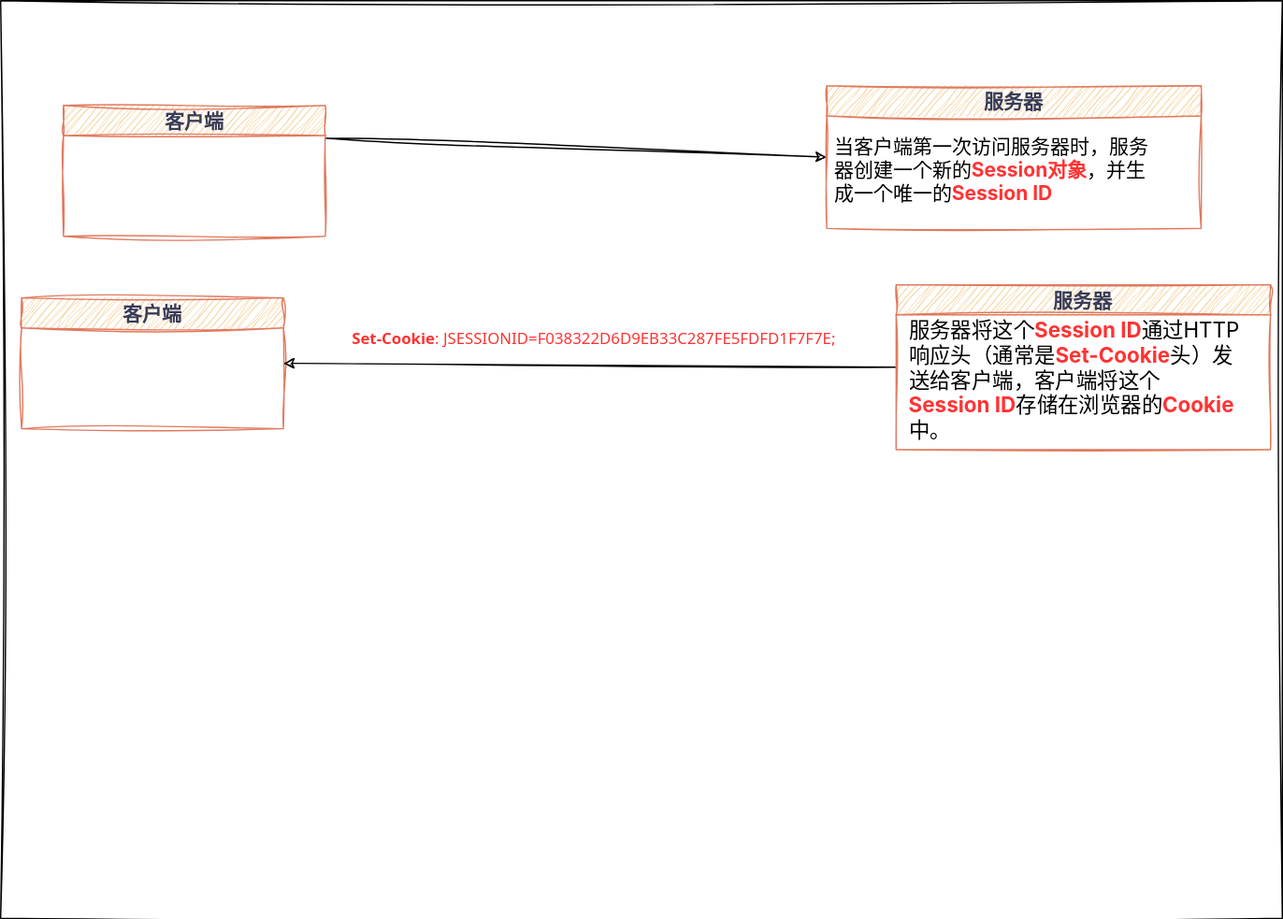
Before: diagrams/java_serve/web_application/session_cookie/session原理图解.svg, a diagram exported from draw.io (luguosong/images). Source tidied: cells renumbered, new cells last; positions are measured from the earlier drawing's top-left corner, leaving out a move shared by most shapes. Source of this version:
```xml
<mxGraphModel>
  <root>
    <mxCell id="0" />
    <mxCell id="1" parent="0" />
    <mxCell id="2" style="rounded=0;whiteSpace=wrap;html=1;sketch=1;hachureGap=4;jiggle=2;curveFitting=1;fontFamily=LXGW WenKai;labelBackgroundColor=default;fontColor=#000000;" parent="1" vertex="1">
      <mxGeometry width="979" height="701" as="geometry" />
    </mxCell>
    <mxCell id="3" style="edgeStyle=none;rounded=0;sketch=1;hachureGap=4;jiggle=2;curveFitting=1;jettySize=auto;html=1;exitX=1;exitY=0.25;exitDx=0;exitDy=0;entryX=0;entryY=0.5;entryDx=0;entryDy=0;fontFamily=LXGW WenKai;fontSource=https%3A%2F%2Ffonts.googleapis.com%2Fcss%3Ffamily%3DArchitects%2BDaughter;fontSize=12;fontColor=default;fontStyle=1;" parent="1" edge="1" source="4" target="5">
      <mxGeometry relative="1" as="geometry" />
    </mxCell>
    <mxCell id="4" value="客户端" style="swimlane;whiteSpace=wrap;html=1;sketch=1;hachureGap=4;jiggle=2;curveFitting=1;fontFamily=LXGW WenKai;fontSize=15;strokeColor=#E07A5F;align=center;verticalAlign=middle;fontColor=#393C56;fontStyle=1;fillColor=#F2CC8F;fontSource=https%3A%2F%2Ffonts.googleapis.com%2Fcss%3Ffamily%3DArchitects%2BDaughter;labelBackgroundColor=none;" parent="1" vertex="1">
      <mxGeometry x="48" y="80" width="200" height="100" as="geometry" />
    </mxCell>
    <mxCell id="5" value="服务器" style="swimlane;whiteSpace=wrap;html=1;sketch=1;hachureGap=4;jiggle=2;curveFitting=1;fontFamily=LXGW WenKai;fontSize=15;strokeColor=#E07A5F;align=center;verticalAlign=middle;fontColor=#393C56;fontStyle=1;fillColor=#F2CC8F;fontSource=https%3A%2F%2Ffonts.googleapis.com%2Fcss%3Ffamily%3DArchitects%2BDaughter;labelBackgroundColor=none;startSize=23;" parent="1" vertex="1">
      <mxGeometry x="631" y="65" width="286" height="109" as="geometry" />
    </mxCell>
    <mxCell id="6" value="&lt;span style=&quot;font-family: ui-sans-serif, -apple-system, system-ui, &amp;quot;Segoe UI&amp;quot;, Roboto, Ubuntu, Cantarell, &amp;quot;Noto Sans&amp;quot;, sans-serif, Helvetica, &amp;quot;Apple Color Emoji&amp;quot;, Arial, &amp;quot;Segoe UI Emoji&amp;quot;, &amp;quot;Segoe UI Symbol&amp;quot;; font-size: 15px; white-space-collapse: preserve;&quot;&gt;&lt;span style=&quot;font-weight: 400;&quot;&gt;当客户端第一次访问服务器时，服务器创建一个新的&lt;/span&gt;&lt;font style=&quot;&quot; color=&quot;#ff3333&quot;&gt;Session对象&lt;/font&gt;&lt;span style=&quot;font-weight: 400;&quot;&gt;，并生成一个唯一的&lt;/span&gt;&lt;font style=&quot;&quot; color=&quot;#ff3333&quot;&gt;Session ID&lt;/font&gt;&lt;/span&gt;" style="text;html=1;align=left;verticalAlign=middle;whiteSpace=wrap;rounded=0;fontFamily=LXGW WenKai;fontSize=15;fontColor=#000000;fontStyle=1;labelBackgroundColor=default;" parent="5" vertex="1">
      <mxGeometry x="4" y="37" width="255" height="54" as="geometry" />
    </mxCell>
    <mxCell id="7" value="客户端" style="swimlane;whiteSpace=wrap;html=1;sketch=1;hachureGap=4;jiggle=2;curveFitting=1;fontFamily=LXGW WenKai;fontSize=15;strokeColor=#E07A5F;align=center;verticalAlign=middle;fontColor=#393C56;fontStyle=1;fillColor=#F2CC8F;fontSource=https%3A%2F%2Ffonts.googleapis.com%2Fcss%3Ffamily%3DArchitects%2BDaughter;labelBackgroundColor=none;" parent="1" vertex="1">
      <mxGeometry x="16" y="227" width="200" height="100" as="geometry" />
    </mxCell>
    <mxCell id="8" style="edgeStyle=none;rounded=0;sketch=1;hachureGap=4;jiggle=2;curveFitting=1;jettySize=auto;html=1;exitX=0;exitY=0.5;exitDx=0;exitDy=0;entryX=1;entryY=0.5;entryDx=0;entryDy=0;fontFamily=LXGW WenKai;fontSource=https%3A%2F%2Ffonts.googleapis.com%2Fcss%3Ffamily%3DArchitects%2BDaughter;fontSize=12;fontColor=default;fontStyle=1;" parent="1" edge="1" source="10" target="7">
      <mxGeometry relative="1" as="geometry" />
    </mxCell>
    <mxCell id="9" style="edgeLabel;html=1;align=center;verticalAlign=middle;sketch=1;hachureGap=4;jiggle=2;curveFitting=1;strokeColor=default;fontFamily=LXGW WenKai;fontSize=12;fontColor=#FF3333;fontStyle=1;fillColor=default;labelBackgroundColor=#FFFFFF;" parent="8" vertex="1">
      <mxGeometry x="0.35" relative="1" as="geometry">
        <mxPoint x="76" y="-28" as="offset" />
      </mxGeometry>
    </mxCell>
    <mxCell id="10" value="服务器" style="swimlane;whiteSpace=wrap;html=1;sketch=1;hachureGap=4;jiggle=2;curveFitting=1;fontFamily=LXGW WenKai;fontSize=15;strokeColor=#E07A5F;align=center;verticalAlign=middle;fontColor=#393C56;fontStyle=1;fillColor=#F2CC8F;fontSource=https%3A%2F%2Ffonts.googleapis.com%2Fcss%3Ffamily%3DArchitects%2BDaughter;labelBackgroundColor=none;startSize=23;" parent="1" vertex="1">
      <mxGeometry x="684" y="217" width="286" height="126" as="geometry" />
    </mxCell>
    <mxCell id="11" value="&lt;span style=&quot;font-family: ui-sans-serif, -apple-system, system-ui, &amp;quot;Segoe UI&amp;quot;, Roboto, Ubuntu, Cantarell, &amp;quot;Noto Sans&amp;quot;, sans-serif, Helvetica, &amp;quot;Apple Color Emoji&amp;quot;, Arial, &amp;quot;Segoe UI Emoji&amp;quot;, &amp;quot;Segoe UI Symbol&amp;quot;; font-size: 16px; white-space-collapse: preserve;&quot;&gt;&lt;span style=&quot;font-weight: 400;&quot;&gt;服务器将这个&lt;/span&gt;&lt;font style=&quot;&quot; color=&quot;#ff3333&quot;&gt;Session ID&lt;/font&gt;&lt;span style=&quot;font-weight: 400;&quot;&gt;通过HTTP响应头（通常是&lt;/span&gt;&lt;font color=&quot;#ff3333&quot;&gt;Set-Cookie&lt;/font&gt;&lt;span style=&quot;font-weight: 400;&quot;&gt;头）发送给客户端，客户端将这个&lt;/span&gt;&lt;font color=&quot;#ff3333&quot;&gt;Session ID&lt;/font&gt;&lt;span style=&quot;font-weight: 400;&quot;&gt;存储在浏览器的&lt;/span&gt;&lt;font color=&quot;#ff3333&quot;&gt;Cookie&lt;/font&gt;&lt;span style=&quot;font-weight: 400;&quot;&gt;中。&lt;/span&gt;&lt;/span&gt;" style="text;html=1;align=left;verticalAlign=middle;whiteSpace=wrap;rounded=0;fontFamily=LXGW WenKai;fontSize=12;fontColor=default;fontStyle=1;labelBackgroundColor=default;" parent="10" vertex="1">
      <mxGeometry x="8" y="45" width="256" height="55" as="geometry" />
    </mxCell>
    <mxCell id="12" value="&lt;span style=&quot;color: rgb(255, 51, 51); font-family: system-ui, sans-serif; text-align: start; text-transform: capitalize;&quot;&gt;Set-Cookie&lt;/span&gt;&lt;span style=&quot;color: rgb(255, 51, 51); font-family: system-ui, sans-serif; font-weight: 400; text-align: start; text-transform: capitalize;&quot;&gt;:&amp;nbsp;&lt;/span&gt;&lt;span style=&quot;color: rgb(255, 51, 51); font-family: system-ui, sans-serif; font-weight: 400; text-align: start;&quot;&gt;JSESSIONID=F038322D6D9EB33C287FE5FDFD1F7F7E;&amp;nbsp;&lt;/span&gt;" style="text;html=1;align=center;verticalAlign=middle;whiteSpace=wrap;rounded=0;fontFamily=LXGW WenKai;fontSize=12;fontColor=default;fontStyle=1;" parent="1" vertex="1">
      <mxGeometry x="253" y="244" width="404" height="30" as="geometry" />
    </mxCell>
  </root>
</mxGraphModel>
```
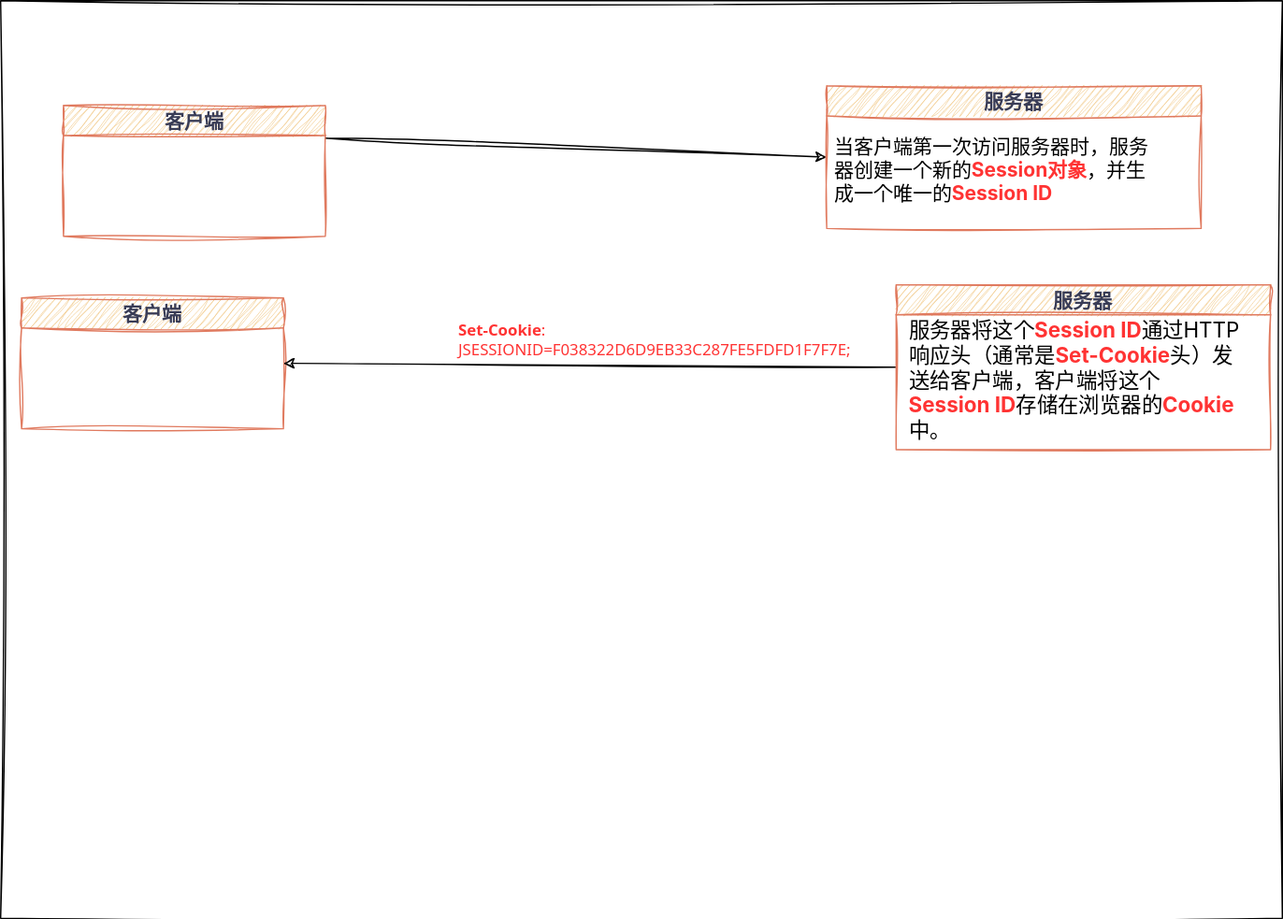
The same diagram one commit later.

Commit message:
更新session原理图解.svg

Diff of the diagram source:
```diff
@@ -34,8 +34,8 @@
     <mxCell id="11" value="&lt;span style=&quot;font-family: ui-sans-serif, -apple-system, system-ui, &amp;quot;Segoe UI&amp;quot;, Roboto, Ubuntu, Cantarell, &amp;quot;Noto Sans&amp;quot;, sans-serif, Helvetica, &amp;quot;Apple Color Emoji&amp;quot;, Arial, &amp;quot;Segoe UI Emoji&amp;quot;, &amp;quot;Segoe UI Symbol&amp;quot;; font-size: 16px; white-space-collapse: preserve;&quot;&gt;&lt;span style=&quot;font-weight: 400;&quot;&gt;服务器将这个&lt;/span&gt;&lt;font style=&quot;&quot; color=&quot;#ff3333&quot;&gt;Session ID&lt;/font&gt;&lt;span style=&quot;font-weight: 400;&quot;&gt;通过HTTP响应头（通常是&lt;/span&gt;&lt;font color=&quot;#ff3333&quot;&gt;Set-Cookie&lt;/font&gt;&lt;span style=&quot;font-weight: 400;&quot;&gt;头）发送给客户端，客户端将这个&lt;/span&gt;&lt;font color=&quot;#ff3333&quot;&gt;Session ID&lt;/font&gt;&lt;span style=&quot;font-weight: 400;&quot;&gt;存储在浏览器的&lt;/span&gt;&lt;font color=&quot;#ff3333&quot;&gt;Cookie&lt;/font&gt;&lt;span style=&quot;font-weight: 400;&quot;&gt;中。&lt;/span&gt;&lt;/span&gt;" style="text;html=1;align=left;verticalAlign=middle;whiteSpace=wrap;rounded=0;fontFamily=LXGW WenKai;fontSize=12;fontColor=default;fontStyle=1;labelBackgroundColor=default;" parent="10" vertex="1">
       <mxGeometry x="8" y="45" width="256" height="55" as="geometry" />
     </mxCell>
-    <mxCell id="12" value="&lt;span style=&quot;color: rgb(255, 51, 51); font-family: system-ui, sans-serif; text-align: start; text-transform: capitalize;&quot;&gt;Set-Cookie&lt;/span&gt;&lt;span style=&quot;color: rgb(255, 51, 51); font-family: system-ui, sans-serif; font-weight: 400; text-align: start; text-transform: capitalize;&quot;&gt;:&amp;nbsp;&lt;/span&gt;&lt;span style=&quot;color: rgb(255, 51, 51); font-family: system-ui, sans-serif; font-weight: 400; text-align: start;&quot;&gt;JSESSIONID=F038322D6D9EB33C287FE5FDFD1F7F7E;&amp;nbsp;&lt;/span&gt;" style="text;html=1;align=center;verticalAlign=middle;whiteSpace=wrap;rounded=0;fontFamily=LXGW WenKai;fontSize=12;fontColor=default;fontStyle=1;" parent="1" vertex="1">
-      <mxGeometry x="253" y="244" width="404" height="30" as="geometry" />
+    <mxCell id="12" value="&lt;span style=&quot;color: rgb(255, 51, 51); font-family: system-ui, sans-serif; text-transform: capitalize;&quot;&gt;Set-Cookie&lt;/span&gt;&lt;span style=&quot;color: rgb(255, 51, 51); font-family: system-ui, sans-serif; font-weight: 400; text-transform: capitalize;&quot;&gt;:&amp;nbsp;&lt;br&gt;&lt;/span&gt;&lt;span style=&quot;color: rgb(255, 51, 51); font-family: system-ui, sans-serif; font-weight: 400;&quot;&gt;JSESSIONID=F038322D6D9EB33C287FE5FDFD1F7F7E;&amp;nbsp;&lt;/span&gt;" style="text;html=1;align=left;verticalAlign=middle;whiteSpace=wrap;rounded=0;fontFamily=LXGW WenKai;fontSize=12;fontColor=default;fontStyle=1;" parent="1" vertex="1">
+      <mxGeometry x="348" y="244" width="325" height="30" as="geometry" />
     </mxCell>
   </root>
 </mxGraphModel>
```
